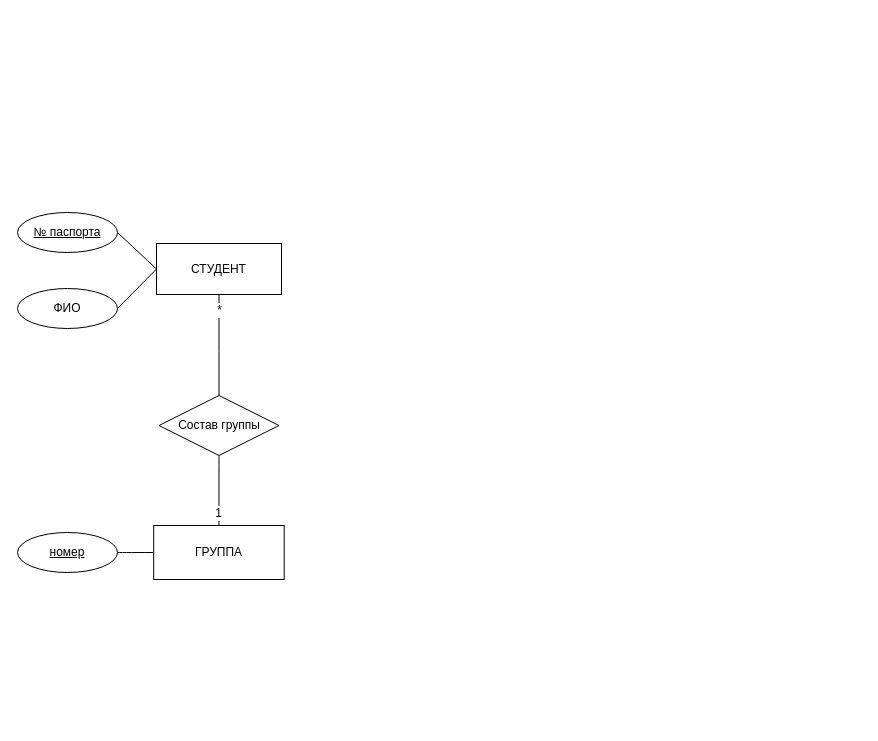
Above: Диаграмма без названия.drawio in anixxxx22/AA (draw.io), before the change. Source tidied: cells renumbered, new cells numbered last; positions are measured from the earlier drawing's top-left corner, leaving out a move shared by most shapes. Both pictures are drawn from the tidied source at 100%, with x=0, y=0 at pixel (17, 212).
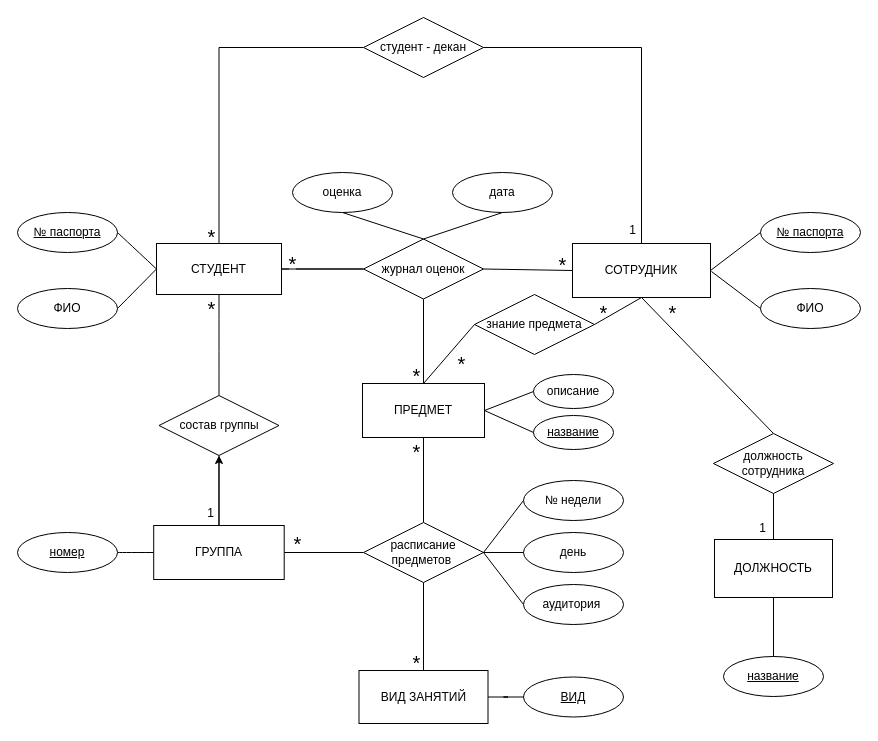
The same diagram, later.

The change refers to these unchanged cells:
```xml
<mxCell id="4" style="edgeStyle=none;curved=1;rounded=0;jettySize=auto;html=1;fontSize=12;startSize=8;endSize=8;endArrow=none;endFill=0;" parent="1" edge="1" source="6" target="11">
  <mxGeometry relative="1" as="geometry" />
</mxCell>
<mxCell id="6" value="СТУДЕНТ" style="whiteSpace=wrap;html=1;align=center;" parent="1" vertex="1">
  <mxGeometry x="139" y="31" width="125" height="51" as="geometry" />
</mxCell>
<mxCell id="9" style="edgeStyle=none;curved=1;rounded=0;jettySize=auto;html=1;fontSize=12;startSize=8;endSize=8;endArrow=none;endFill=0;" parent="1" edge="1" source="11" target="14">
  <mxGeometry relative="1" as="geometry" />
</mxCell>
<mxCell id="14" value="ГРУППА" style="whiteSpace=wrap;html=1;align=center;" parent="1" vertex="1">
  <mxGeometry x="136.2" y="313" width="130.5" height="54" as="geometry" />
</mxCell>
```

Change to the diagram source:
```diff
@@
-    <mxCell id="5" value="*" style="edgeLabel;html=1;align=center;verticalAlign=middle;fontSize=12;" parent="4" vertex="1">
-      <mxGeometry x="-0.7" relative="1" as="geometry" />
+    <mxCell id="5" value="*" style="edgeLabel;html=1;align=center;verticalAlign=middle;fontSize=20;" parent="4" vertex="1">
+      <mxGeometry x="-0.7" relative="1" as="geometry">
+        <mxPoint x="-8" y="-2" as="offset" />
+      </mxGeometry>
     </mxCell>
+    <mxCell id="15" style="edgeStyle=orthogonalEdgeStyle;rounded=0;jettySize=auto;html=1;endArrow=none;endFill=0;" parent="1" edge="1" source="6" target="24">
+      <mxGeometry relative="1" as="geometry" />
+    </mxCell>
+    <mxCell id="16" value="*" style="edgeLabel;html=1;align=center;verticalAlign=middle;fontSize=20;" parent="15" vertex="1">
+      <mxGeometry x="-0.72" y="-2" relative="1" as="geometry">
+        <mxPoint x="-1" y="-8" as="offset" />
+      </mxGeometry>
+    </mxCell>
+    <mxCell id="17" style="edgeStyle=orthogonalEdgeStyle;rounded=0;jettySize=auto;html=1;endArrow=none;endFill=0;" parent="1" edge="1" source="6" target="24">
+      <mxGeometry relative="1" as="geometry" />
+    </mxCell>
+    <mxCell id="18" style="edgeStyle=orthogonalEdgeStyle;rounded=0;jettySize=auto;html=1;exitX=0.5;exitY=0;exitDx=0;exitDy=0;entryX=0;entryY=0.5;entryDx=0;entryDy=0;endArrow=none;endFill=0;" parent="1" edge="1" source="6" target="29">
+      <mxGeometry relative="1" as="geometry" />
+    </mxCell>
+    <mxCell id="19" value="*" style="edgeLabel;html=1;align=center;verticalAlign=middle;fontSize=20;" parent="18" vertex="1">
+      <mxGeometry x="-0.9" y="2" relative="1" as="geometry">
+        <mxPoint x="-6" y="9" as="offset" />
+      </mxGeometry>
+    </mxCell>
@@
     <mxCell id="10" value="1" style="edgeLabel;html=1;align=center;verticalAlign=middle;fontSize=12;" parent="9" vertex="1">
-      <mxGeometry x="0.66" y="-1" relative="1" as="geometry" />
+      <mxGeometry x="0.66" y="-1" relative="1" as="geometry">
+        <mxPoint x="-8" as="offset" />
+      </mxGeometry>
     </mxCell>
-    <mxCell id="11" value="Состав группы" style="shape=rhombus;perimeter=rhombusPerimeter;whiteSpace=wrap;html=1;align=center;" parent="1" vertex="1">
+    <mxCell id="11" value="состав группы" style="shape=rhombus;perimeter=rhombusPerimeter;whiteSpace=wrap;html=1;align=center;" parent="1" vertex="1">
       <mxGeometry x="141.5" y="183" width="120" height="60" as="geometry" />
     </mxCell>
@@
+    <mxCell id="20" style="edgeStyle=orthogonalEdgeStyle;rounded=0;jettySize=auto;html=1;" parent="1" edge="1" source="14" target="11">
+      <mxGeometry relative="1" as="geometry" />
+    </mxCell>
+    <mxCell id="21" style="edgeStyle=orthogonalEdgeStyle;rounded=0;jettySize=auto;html=1;endArrow=none;endFill=0;" parent="1" edge="1" source="14" target="51">
+      <mxGeometry relative="1" as="geometry" />
+    </mxCell>
@@
+    <mxCell id="22" style="edgeStyle=orthogonalEdgeStyle;rounded=0;jettySize=auto;html=1;endArrow=none;endFill=0;" parent="1" edge="1" source="24" target="36">
+      <mxGeometry relative="1" as="geometry" />
+    </mxCell>
+    <mxCell id="23" value="*" style="edgeLabel;html=1;align=center;verticalAlign=middle;fontSize=20;labelBackgroundColor=none;" parent="22" vertex="1">
+      <mxGeometry x="0.66" y="2" relative="1" as="geometry">
+        <mxPoint x="-10" y="6" as="offset" />
+      </mxGeometry>
+    </mxCell>
+    <mxCell id="24" value="журнал оценок" style="shape=rhombus;perimeter=rhombusPerimeter;whiteSpace=wrap;html=1;align=center;" parent="1" vertex="1">
+      <mxGeometry x="346" y="26.5" width="120" height="60" as="geometry" />
+    </mxCell>
+    <mxCell id="25" value="оценка" style="ellipse;whiteSpace=wrap;html=1;align=center;" parent="1" vertex="1">
+      <mxGeometry x="275" y="-40" width="100" height="40" as="geometry" />
+    </mxCell>
+    <mxCell id="26" value="дата" style="ellipse;whiteSpace=wrap;html=1;align=center;" parent="1" vertex="1">
+      <mxGeometry x="435" y="-40" width="100" height="40" as="geometry" />
+    </mxCell>
+    <mxCell id="27" style="endArrow=none;html=1;rounded=0;exitX=0.5;exitY=1;exitDx=0;exitDy=0;entryX=0.5;entryY=0;entryDx=0;entryDy=0;" parent="1" edge="1" source="25" target="24">
+      <mxGeometry relative="1" as="geometry" />
+    </mxCell>
+    <mxCell id="28" style="endArrow=none;html=1;rounded=0;entryX=0.5;entryY=1;entryDx=0;entryDy=0;exitX=0.5;exitY=0;exitDx=0;exitDy=0;" parent="1" edge="1" source="24" target="26">
+      <mxGeometry relative="1" as="geometry" />
+    </mxCell>
+    <mxCell id="29" value="студент - декан" style="shape=rhombus;perimeter=rhombusPerimeter;whiteSpace=wrap;html=1;align=center;" parent="1" vertex="1">
+      <mxGeometry x="346" y="-195" width="120" height="60" as="geometry" />
+    </mxCell>
+    <mxCell id="30" style="edgeStyle=orthogonalEdgeStyle;rounded=0;jettySize=auto;html=1;exitX=0.5;exitY=0;exitDx=0;exitDy=0;entryX=1;entryY=0.5;entryDx=0;entryDy=0;endArrow=none;endFill=0;" parent="1" edge="1" source="32" target="29">
+      <mxGeometry relative="1" as="geometry" />
+    </mxCell>
+    <mxCell id="31" value="1" style="edgeLabel;html=1;align=center;verticalAlign=middle;fontSize=12;" parent="30" vertex="1">
+      <mxGeometry x="-0.93" relative="1" as="geometry">
+        <mxPoint x="-10" y="-2" as="offset" />
+      </mxGeometry>
+    </mxCell>
+    <mxCell id="32" value="СОТРУДНИК" style="whiteSpace=wrap;html=1;align=center;" parent="1" vertex="1">
+      <mxGeometry x="555" y="31" width="138" height="54" as="geometry" />
+    </mxCell>
+    <mxCell id="33" style="endArrow=none;html=1;rounded=0;exitX=1;exitY=0.5;exitDx=0;exitDy=0;entryX=0;entryY=0.5;entryDx=0;entryDy=0;" parent="1" edge="1" source="24" target="32">
+      <mxGeometry relative="1" as="geometry" />
+    </mxCell>
+    <mxCell id="34" value="*" style="edgeLabel;html=1;align=center;verticalAlign=middle;fontSize=20;labelBackgroundColor=none;" parent="33" vertex="1">
+      <mxGeometry x="0.69" relative="1" as="geometry">
+        <mxPoint x="4" y="-6" as="offset" />
+      </mxGeometry>
+    </mxCell>
+    <mxCell id="35" style="edgeStyle=orthogonalEdgeStyle;rounded=0;jettySize=auto;html=1;exitX=0.5;exitY=1;exitDx=0;exitDy=0;entryX=0.5;entryY=0;entryDx=0;entryDy=0;endArrow=none;endFill=0;" parent="1" edge="1" source="36" target="51">
+      <mxGeometry relative="1" as="geometry" />
+    </mxCell>
+    <mxCell id="36" value="ПРЕДМЕТ" style="whiteSpace=wrap;html=1;align=center;" parent="1" vertex="1">
+      <mxGeometry x="345" y="171" width="122" height="54" as="geometry" />
+    </mxCell>
+    <mxCell id="37" value="знание предмета" style="shape=rhombus;perimeter=rhombusPerimeter;whiteSpace=wrap;html=1;align=center;" parent="1" vertex="1">
+      <mxGeometry x="457" y="82" width="120" height="60" as="geometry" />
+    </mxCell>
+    <mxCell id="38" style="endArrow=none;html=1;rounded=0;exitX=0.5;exitY=0;exitDx=0;exitDy=0;entryX=0;entryY=0.5;entryDx=0;entryDy=0;" parent="1" edge="1" source="36" target="37">
+      <mxGeometry relative="1" as="geometry" />
+    </mxCell>
+    <mxCell id="39" value="&lt;font style=&quot;font-size: 20px;&quot;&gt;*&lt;/font&gt;" style="text;html=1;align=center;verticalAlign=middle;strokeColor=none;fillColor=none;" parent="1" vertex="1">
+      <mxGeometry x="431" y="133" width="26" height="36" as="geometry" />
+    </mxCell>
+    <mxCell id="40" style="endArrow=none;html=1;rounded=0;exitX=1;exitY=0.5;exitDx=0;exitDy=0;entryX=0.5;entryY=1;entryDx=0;entryDy=0;" parent="1" edge="1" source="37" target="32">
+      <mxGeometry relative="1" as="geometry" />
+    </mxCell>
+    <mxCell id="41" value="&lt;font style=&quot;font-size: 20px;&quot;&gt;*&lt;/font&gt;" style="text;html=1;align=center;verticalAlign=middle;strokeColor=none;fillColor=none;" parent="1" vertex="1">
+      <mxGeometry x="573" y="82" width="26" height="36" as="geometry" />
+    </mxCell>
+    <mxCell id="42" value="описание" style="ellipse;whiteSpace=wrap;html=1;align=center;" parent="1" vertex="1">
+      <mxGeometry x="516" y="162" width="80" height="34" as="geometry" />
+    </mxCell>
+    <mxCell id="43" value="название" style="ellipse;whiteSpace=wrap;html=1;align=center;fontStyle=4;" parent="1" vertex="1">
+      <mxGeometry x="516" y="203" width="80" height="34" as="geometry" />
+    </mxCell>
+    <mxCell id="44" style="endArrow=none;html=1;rounded=0;entryX=0;entryY=0.5;entryDx=0;entryDy=0;exitX=1;exitY=0.5;exitDx=0;exitDy=0;" parent="1" edge="1" source="36" target="42">
+      <mxGeometry relative="1" as="geometry" />
+    </mxCell>
+    <mxCell id="45" style="endArrow=none;html=1;rounded=0;entryX=0;entryY=0.5;entryDx=0;entryDy=0;exitX=1;exitY=0.5;exitDx=0;exitDy=0;" parent="1" edge="1" source="36" target="43">
+      <mxGeometry relative="1" as="geometry" />
+    </mxCell>
+    <mxCell id="46" value="№ паспорта" style="ellipse;whiteSpace=wrap;html=1;align=center;fontStyle=4;" parent="1" vertex="1">
+      <mxGeometry x="743" width="100" height="40" as="geometry" />
+    </mxCell>
+    <mxCell id="47" value="ФИО" style="ellipse;whiteSpace=wrap;html=1;align=center;" parent="1" vertex="1">
+      <mxGeometry x="743" y="76" width="100" height="40" as="geometry" />
+    </mxCell>
+    <mxCell id="48" style="endArrow=none;html=1;rounded=0;entryX=0;entryY=0.5;entryDx=0;entryDy=0;exitX=1;exitY=0.5;exitDx=0;exitDy=0;" parent="1" edge="1" source="32" target="46">
+      <mxGeometry relative="1" as="geometry" />
+    </mxCell>
+    <mxCell id="49" style="endArrow=none;html=1;rounded=0;entryX=0;entryY=0.5;entryDx=0;entryDy=0;" parent="1" edge="1" target="47">
+      <mxGeometry relative="1" as="geometry">
+        <mxPoint x="694" y="59" as="sourcePoint" />
+      </mxGeometry>
+    </mxCell>
+    <mxCell id="50" style="edgeStyle=orthogonalEdgeStyle;rounded=0;jettySize=auto;html=1;exitX=0.5;exitY=1;exitDx=0;exitDy=0;endArrow=none;endFill=0;" parent="1" edge="1" source="51" target="55">
+      <mxGeometry relative="1" as="geometry" />
+    </mxCell>
+    <mxCell id="51" value="расписание предметов&amp;nbsp;" style="shape=rhombus;perimeter=rhombusPerimeter;whiteSpace=wrap;html=1;align=center;" parent="1" vertex="1">
+      <mxGeometry x="346" y="310" width="120" height="60" as="geometry" />
+    </mxCell>
+    <mxCell id="52" value="&lt;font style=&quot;font-size: 20px;&quot;&gt;*&lt;/font&gt;" style="text;html=1;align=center;verticalAlign=middle;strokeColor=none;fillColor=none;" parent="1" vertex="1">
+      <mxGeometry x="386" y="221" width="26" height="36" as="geometry" />
+    </mxCell>
+    <mxCell id="53" value="&lt;font style=&quot;font-size: 20px;&quot;&gt;*&lt;/font&gt;" style="text;html=1;align=center;verticalAlign=middle;strokeColor=none;fillColor=none;" parent="1" vertex="1">
+      <mxGeometry x="266.8" y="313" width="26" height="36" as="geometry" />
+    </mxCell>
+    <mxCell id="54" style="edgeStyle=orthogonalEdgeStyle;rounded=0;jettySize=auto;html=1;endArrow=none;endFill=0;" parent="1" edge="1" source="55" target="57">
+      <mxGeometry relative="1" as="geometry" />
+    </mxCell>
+    <mxCell id="55" value="ВИД ЗАНЯТИЙ" style="whiteSpace=wrap;html=1;align=center;" parent="1" vertex="1">
+      <mxGeometry x="341.5" y="458" width="129" height="53" as="geometry" />
+    </mxCell>
+    <mxCell id="56" value="&lt;span style=&quot;font-size: 20px;&quot;&gt;*&lt;/span&gt;" style="text;html=1;align=center;verticalAlign=middle;strokeColor=none;fillColor=none;" parent="1" vertex="1">
+      <mxGeometry x="386" y="432" width="26" height="36" as="geometry" />
+    </mxCell>
+    <mxCell id="57" value="ВИД" style="ellipse;whiteSpace=wrap;html=1;align=center;fontStyle=4;" parent="1" vertex="1">
+      <mxGeometry x="506" y="464.5" width="100" height="40" as="geometry" />
+    </mxCell>
+    <mxCell id="58" value="№ недели" style="ellipse;whiteSpace=wrap;html=1;align=center;" parent="1" vertex="1">
+      <mxGeometry x="506" y="268" width="100" height="40" as="geometry" />
+    </mxCell>
+    <mxCell id="59" value="день" style="ellipse;whiteSpace=wrap;html=1;align=center;" parent="1" vertex="1">
+      <mxGeometry x="506" y="320" width="100" height="40" as="geometry" />
+    </mxCell>
+    <mxCell id="60" value="аудитория&amp;nbsp;" style="ellipse;whiteSpace=wrap;html=1;align=center;" parent="1" vertex="1">
+      <mxGeometry x="506" y="372" width="100" height="40" as="geometry" />
+    </mxCell>
+    <mxCell id="61" style="endArrow=none;html=1;rounded=0;exitX=1;exitY=0.5;exitDx=0;exitDy=0;entryX=0;entryY=0.5;entryDx=0;entryDy=0;" parent="1" edge="1" source="51" target="58">
+      <mxGeometry relative="1" as="geometry" />
+    </mxCell>
+    <mxCell id="62" style="endArrow=none;html=1;rounded=0;exitX=1;exitY=0.5;exitDx=0;exitDy=0;entryX=0;entryY=0.5;entryDx=0;entryDy=0;" parent="1" edge="1" source="51" target="59">
+      <mxGeometry relative="1" as="geometry" />
+    </mxCell>
+    <mxCell id="63" style="endArrow=none;html=1;rounded=0;exitX=1;exitY=0.5;exitDx=0;exitDy=0;entryX=0;entryY=0.5;entryDx=0;entryDy=0;" parent="1" edge="1" source="51" target="60">
+      <mxGeometry relative="1" as="geometry" />
+    </mxCell>
+    <mxCell id="64" value="должность сотрудника" style="shape=rhombus;perimeter=rhombusPerimeter;whiteSpace=wrap;html=1;align=center;" parent="1" vertex="1">
+      <mxGeometry x="696" y="221" width="120" height="60" as="geometry" />
+    </mxCell>
+    <mxCell id="65" style="endArrow=none;html=1;rounded=0;exitX=0.5;exitY=1;exitDx=0;exitDy=0;entryX=0.5;entryY=0;entryDx=0;entryDy=0;" parent="1" edge="1" source="32" target="64">
+      <mxGeometry relative="1" as="geometry" />
+    </mxCell>
+    <mxCell id="66" value="&lt;span style=&quot;font-size: 20px;&quot;&gt;*&lt;/span&gt;" style="text;html=1;align=center;verticalAlign=middle;strokeColor=none;fillColor=none;" parent="1" vertex="1">
+      <mxGeometry x="642" y="82" width="26" height="36" as="geometry" />
+    </mxCell>
+    <mxCell id="67" value="ДОЛЖНОСТЬ" style="whiteSpace=wrap;html=1;align=center;" parent="1" vertex="1">
+      <mxGeometry x="697" y="327" width="118" height="58" as="geometry" />
+    </mxCell>
+    <mxCell id="68" value="название" style="ellipse;whiteSpace=wrap;html=1;align=center;fontStyle=4;" parent="1" vertex="1">
+      <mxGeometry x="706" y="444" width="100" height="40" as="geometry" />
+    </mxCell>
+    <mxCell id="69" style="endArrow=none;html=1;rounded=0;exitX=0.5;exitY=1;exitDx=0;exitDy=0;entryX=0.5;entryY=0;entryDx=0;entryDy=0;" parent="1" edge="1" source="64" target="67">
+      <mxGeometry relative="1" as="geometry" />
+    </mxCell>
+    <mxCell id="70" style="endArrow=none;html=1;rounded=0;exitX=0.5;exitY=1;exitDx=0;exitDy=0;entryX=0.5;entryY=0;entryDx=0;entryDy=0;" parent="1" edge="1" source="67" target="68">
+      <mxGeometry relative="1" as="geometry" />
+    </mxCell>
+    <mxCell id="71" value="1" style="text;html=1;align=center;verticalAlign=middle;strokeColor=none;fillColor=none;" parent="1" vertex="1">
+      <mxGeometry x="732" y="303" width="25" height="26" as="geometry" />
+    </mxCell>
```
